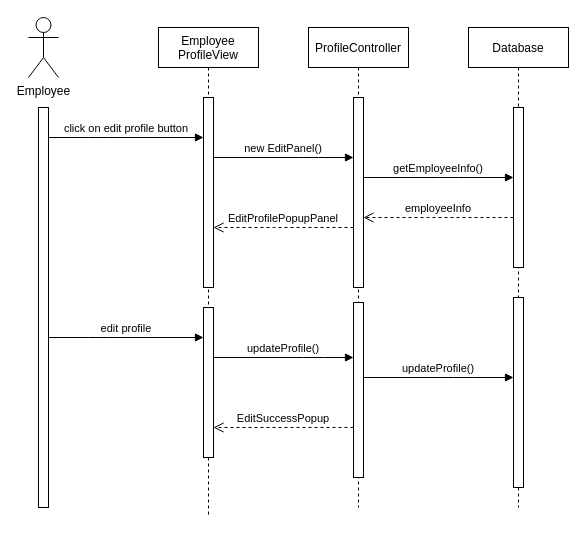
hakunhan/employee_management keeps this draw.io diagram as Diagram/Sequence Diagram/EditProfile.drawio. Above is the earlier version. Source tidied: cells renumbered, new cells numbered last; positions are measured from the earlier drawing's top-left corner, leaving out a move shared by most shapes. Both pictures are drawn from the tidied source at 100%, with x=0, y=0 at pixel (28, 17).
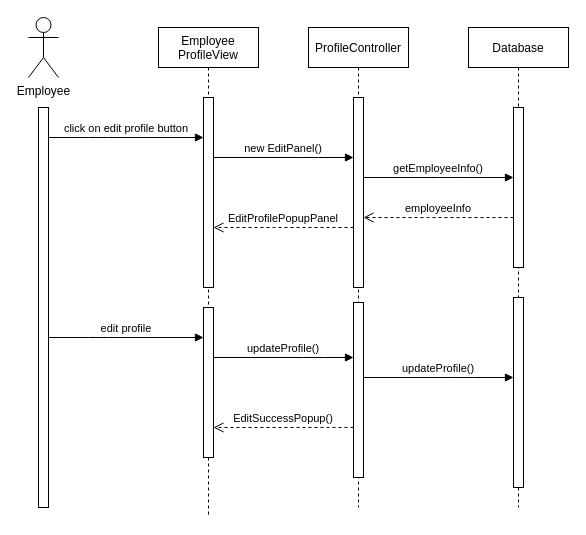
After the change.

Unchanged cells that the change refers to:
```xml
<mxCell id="4" style="points=[];perimeter=orthogonalPerimeter;rounded=0;shadow=0;strokeWidth=1;" parent="2" vertex="1">
  <mxGeometry x="45" y="280" width="10" height="150" as="geometry" />
</mxCell>
<mxCell id="7" style="points=[];perimeter=orthogonalPerimeter;rounded=0;shadow=0;strokeWidth=1;" parent="5" vertex="1">
  <mxGeometry x="45" y="275" width="10" height="175" as="geometry" />
</mxCell>
```

What changed in the source:
```diff
@@
-    <mxCell id="21" value="EditSuccessPopup" style="verticalAlign=bottom;endArrow=open;dashed=1;endSize=8;shadow=0;strokeWidth=1;exitX=0;exitY=0.714;exitDx=0;exitDy=0;exitPerimeter=0;" parent="1" edge="1" source="7" target="4">
+    <mxCell id="21" value="EditSuccessPopup()" style="verticalAlign=bottom;endArrow=open;dashed=1;endSize=8;shadow=0;strokeWidth=1;exitX=0;exitY=0.714;exitDx=0;exitDy=0;exitPerimeter=0;" parent="1" edge="1" source="7" target="4">
       <mxGeometry relative="1" as="geometry">
         <Array as="points">
           <mxPoint x="240" y="410" />
         </Array>
       </mxGeometry>
     </mxCell>
```
